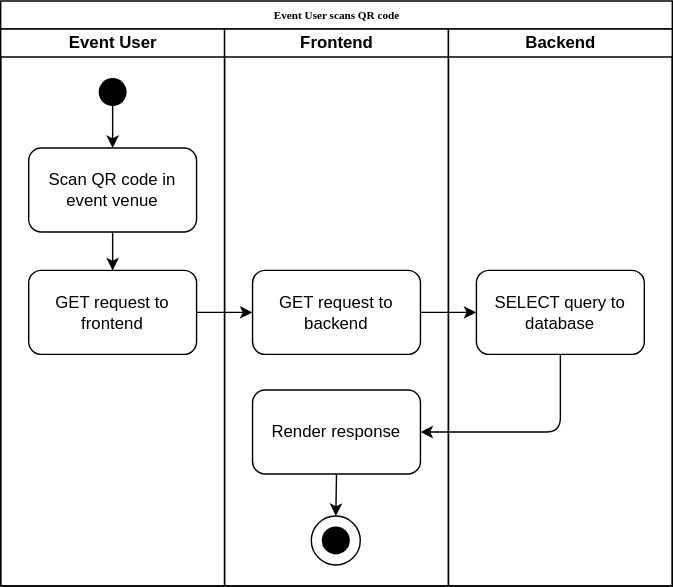
This is doc/event_user_activity_diagram.drawio.svg from christerng/gdrd, a draw.io export, as it was before one commit. Source tidied: cells renumbered, new cells last; positions are measured from the earlier drawing's top-left corner, leaving out a move shared by most shapes. The source it was exported from:
```xml
<mxGraphModel>
  <root>
    <mxCell id="0" />
    <mxCell id="1" parent="0" />
    <mxCell id="2" value="Event User scans QR code" style="swimlane;html=1;startSize=20;rounded=0;shadow=0;labelBackgroundColor=none;strokeWidth=1;fontFamily=Verdana;fontSize=8;align=center;" parent="1" vertex="1">
      <mxGeometry width="480" height="418" as="geometry" />
    </mxCell>
    <mxCell id="3" style="edgeStyle=orthogonalEdgeStyle;rounded=1;html=1;labelBackgroundColor=none;startArrow=none;startFill=0;startSize=5;endArrow=classicThin;endFill=1;endSize=5;jettySize=auto;orthogonalLoop=1;strokeWidth=1;fontFamily=Verdana;fontSize=8;" parent="2" edge="1">
      <mxGeometry relative="1" as="geometry">
        <mxPoint x="120" y="115" as="sourcePoint" />
      </mxGeometry>
    </mxCell>
    <mxCell id="4" value="Event User" style="swimlane;html=1;startSize=20;" parent="2" vertex="1">
      <mxGeometry y="20" width="160" height="398" as="geometry" />
    </mxCell>
    <mxCell id="5" style="edgeStyle=none;html=1;" parent="4" edge="1" source="6" target="7">
      <mxGeometry relative="1" as="geometry" />
    </mxCell>
    <mxCell id="6" value="Scan QR code in event venue" style="rounded=1;whiteSpace=wrap;html=1;" parent="4" vertex="1">
      <mxGeometry x="20" y="85" width="120" height="60" as="geometry" />
    </mxCell>
    <mxCell id="7" value="GET request to frontend" style="rounded=1;whiteSpace=wrap;html=1;" parent="4" vertex="1">
      <mxGeometry x="20" y="172.5" width="120" height="60" as="geometry" />
    </mxCell>
    <mxCell id="8" style="shape=waypoint;sketch=0;fillStyle=solid;size=6;points=[];fillColor=none;perimeter=centerPerimeter;snapToPoint=1;strokeWidth=8;" parent="4" vertex="1">
      <mxGeometry x="70" y="35" width="20" height="20" as="geometry" />
    </mxCell>
    <mxCell id="9" style="endArrow=classic;html=1;exitX=0.35;exitY=1;exitDx=0;exitDy=0;exitPerimeter=0;entryX=0.5;entryY=0;entryDx=0;entryDy=0;" parent="4" edge="1" source="8" target="6">
      <mxGeometry relative="1" as="geometry" />
    </mxCell>
    <mxCell id="10" value="Frontend" style="swimlane;html=1;startSize=20;" parent="2" vertex="1">
      <mxGeometry x="160" y="20" width="160" height="398" as="geometry" />
    </mxCell>
    <mxCell id="11" value="GET request to backend" style="rounded=1;whiteSpace=wrap;html=1;" parent="10" vertex="1">
      <mxGeometry x="20" y="172.5" width="120" height="60" as="geometry" />
    </mxCell>
    <mxCell id="12" value="Render response" style="rounded=1;whiteSpace=wrap;html=1;" parent="10" vertex="1">
      <mxGeometry x="20" y="258" width="120" height="60" as="geometry" />
    </mxCell>
    <mxCell id="13" style="edgeStyle=none;html=1;" parent="2" edge="1" source="7">
      <mxGeometry relative="1" as="geometry">
        <mxPoint x="180" y="222.5" as="targetPoint" />
      </mxGeometry>
    </mxCell>
    <mxCell id="14" style="edgeStyle=none;html=1;" parent="2" edge="1" source="11" target="16">
      <mxGeometry relative="1" as="geometry" />
    </mxCell>
    <mxCell id="15" value="Backend" style="swimlane;html=1;startSize=20;" parent="2" vertex="1">
      <mxGeometry x="320" y="20" width="160" height="398" as="geometry" />
    </mxCell>
    <mxCell id="16" value="SELECT query to database" style="rounded=1;whiteSpace=wrap;html=1;" parent="15" vertex="1">
      <mxGeometry x="20" y="172.5" width="120" height="60" as="geometry" />
    </mxCell>
    <mxCell id="17" style="edgeStyle=orthogonalEdgeStyle;html=1;exitX=0.5;exitY=1;exitDx=0;exitDy=0;entryX=1;entryY=0.5;entryDx=0;entryDy=0;" parent="2" edge="1" source="16" target="12">
      <mxGeometry relative="1" as="geometry" />
    </mxCell>
    <mxCell id="18" style="group;" parent="1" vertex="1">
      <mxGeometry x="222" y="368" width="35" height="35" as="geometry" />
    </mxCell>
    <mxCell id="19" style="ellipse;whiteSpace=wrap;html=1;strokeWidth=1;" parent="18" vertex="1">
      <mxGeometry width="35" height="35" as="geometry" />
    </mxCell>
    <mxCell id="20" style="shape=waypoint;sketch=0;fillStyle=solid;size=6;fillColor=none;perimeter=centerPerimeter;strokeWidth=8;" parent="18" vertex="1">
      <mxGeometry x="7.5" y="7.5" width="20" height="20" as="geometry" />
    </mxCell>
    <mxCell id="21" style="edgeStyle=none;html=1;exitX=0.5;exitY=1;exitDx=0;exitDy=0;entryX=0.5;entryY=0;entryDx=0;entryDy=0;" parent="1" edge="1" source="12" target="19">
      <mxGeometry relative="1" as="geometry" />
    </mxCell>
  </root>
</mxGraphModel>
```
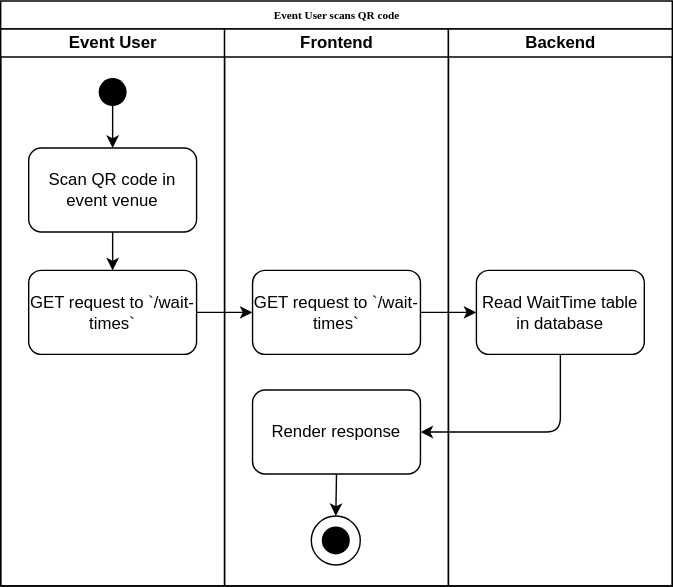
The same diagram one commit later.

Commit message:
doc: update `Event User` activity diagram

What changed in the source:
```diff
@@ -19,7 +19,7 @@
     <mxCell id="6" value="Scan QR code in event venue" style="rounded=1;whiteSpace=wrap;html=1;" parent="4" vertex="1">
       <mxGeometry x="20" y="85" width="120" height="60" as="geometry" />
     </mxCell>
-    <mxCell id="7" value="GET request to frontend" style="rounded=1;whiteSpace=wrap;html=1;" parent="4" vertex="1">
+    <mxCell id="7" value="GET request to `/wait-times`" style="rounded=1;whiteSpace=wrap;html=1;" parent="4" vertex="1">
       <mxGeometry x="20" y="172.5" width="120" height="60" as="geometry" />
     </mxCell>
     <mxCell id="8" style="shape=waypoint;sketch=0;fillStyle=solid;size=6;points=[];fillColor=none;perimeter=centerPerimeter;snapToPoint=1;strokeWidth=8;" parent="4" vertex="1">
@@ -31,7 +31,7 @@
     <mxCell id="10" value="Frontend" style="swimlane;html=1;startSize=20;" parent="2" vertex="1">
       <mxGeometry x="160" y="20" width="160" height="398" as="geometry" />
     </mxCell>
-    <mxCell id="11" value="GET request to backend" style="rounded=1;whiteSpace=wrap;html=1;" parent="10" vertex="1">
+    <mxCell id="11" value="GET request to `/wait-times`" style="rounded=1;whiteSpace=wrap;html=1;" parent="10" vertex="1">
       <mxGeometry x="20" y="172.5" width="120" height="60" as="geometry" />
     </mxCell>
     <mxCell id="12" value="Render response" style="rounded=1;whiteSpace=wrap;html=1;" parent="10" vertex="1">
@@ -48,7 +48,7 @@
     <mxCell id="15" value="Backend" style="swimlane;html=1;startSize=20;" parent="2" vertex="1">
       <mxGeometry x="320" y="20" width="160" height="398" as="geometry" />
     </mxCell>
-    <mxCell id="16" value="SELECT query to database" style="rounded=1;whiteSpace=wrap;html=1;" parent="15" vertex="1">
+    <mxCell id="16" value="Read WaitTime table in database" style="rounded=1;whiteSpace=wrap;html=1;" parent="15" vertex="1">
       <mxGeometry x="20" y="172.5" width="120" height="60" as="geometry" />
     </mxCell>
     <mxCell id="17" style="edgeStyle=orthogonalEdgeStyle;html=1;exitX=0.5;exitY=1;exitDx=0;exitDy=0;entryX=1;entryY=0.5;entryDx=0;entryDy=0;" parent="2" edge="1" source="16" target="12">
```
